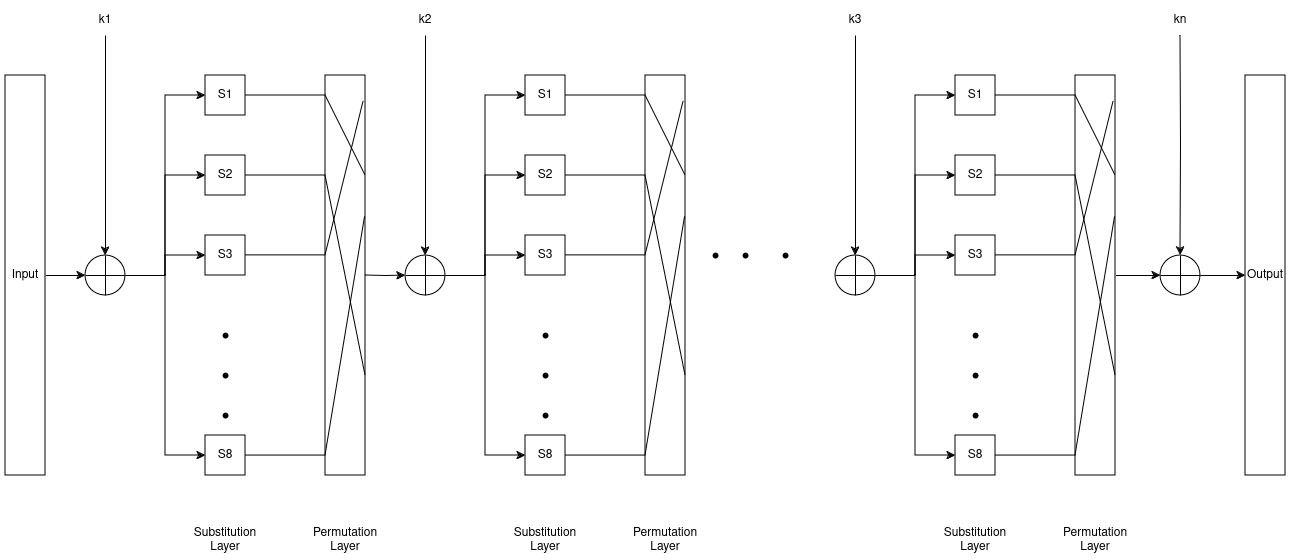
This is docs/assets/AES.drawio.png from da0p/GithubPage, a draw.io export, as it was before one commit. Source tidied: cells renumbered, new cells last; positions are measured from the earlier drawing's top-left corner, leaving out a move shared by most shapes.
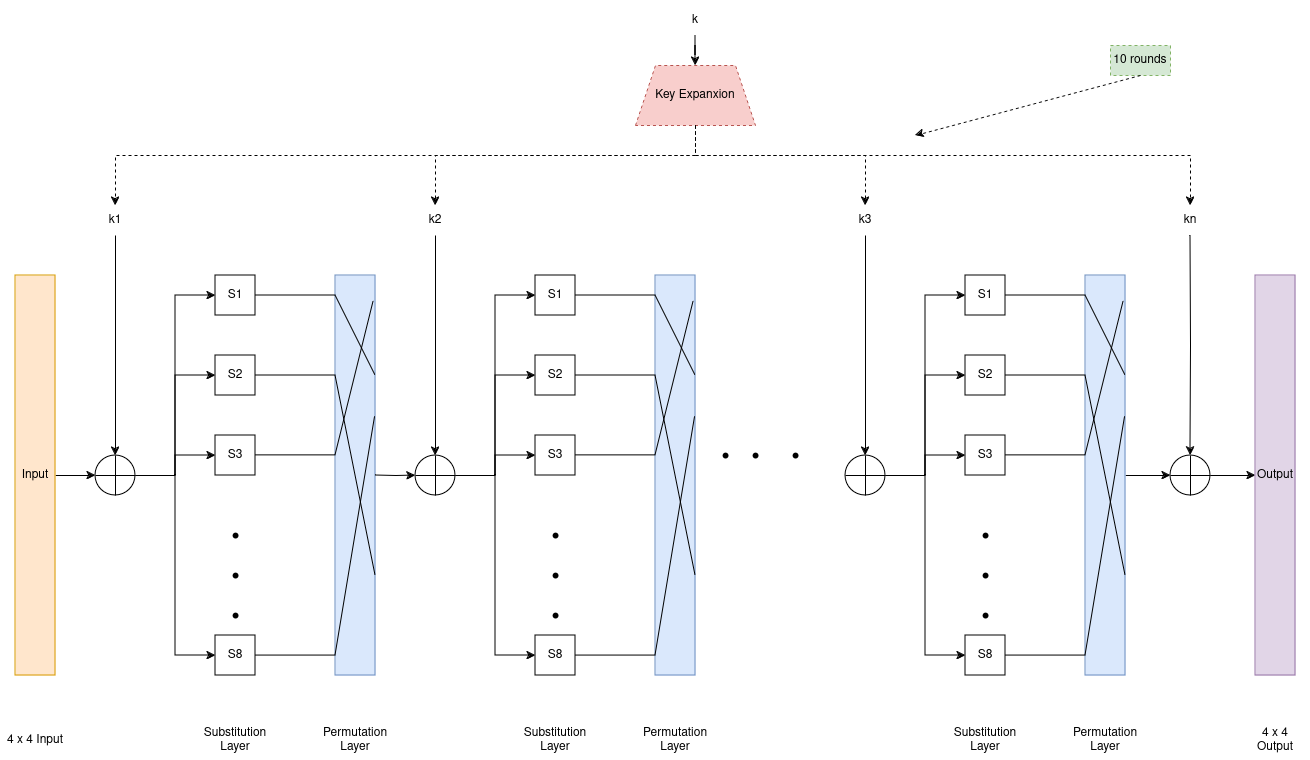
After the change.

What changed in the source:
```diff
@@ -5,7 +5,7 @@
     <mxCell id="2" style="edgeStyle=orthogonalEdgeStyle;rounded=0;jettySize=auto;html=1;exitX=1;exitY=0.5;exitDx=0;exitDy=0;entryX=0;entryY=0.5;entryDx=0;entryDy=0;" parent="1" edge="1" source="3" target="4">
       <mxGeometry relative="1" as="geometry" />
     </mxCell>
-    <mxCell id="3" value="Input" style="rounded=0;whiteSpace=wrap;html=1;" parent="1" vertex="1">
+    <mxCell id="3" value="Input" style="rounded=0;whiteSpace=wrap;html=1;fillColor=#ffe6cc;strokeColor=#d79b00;" parent="1" vertex="1">
       <mxGeometry y="70" width="40" height="400" as="geometry" />
     </mxCell>
     <mxCell id="4" style="shape=orEllipse;perimeter=ellipsePerimeter;whiteSpace=wrap;html=1;backgroundOutline=1;" parent="1" vertex="1">
@@ -75,7 +75,7 @@
         </Array>
       </mxGeometry>
     </mxCell>
-    <mxCell id="19" style="rounded=0;whiteSpace=wrap;html=1;" parent="1" vertex="1">
+    <mxCell id="19" style="rounded=0;whiteSpace=wrap;html=1;fillColor=#dae8fc;strokeColor=#6c8ebf;" parent="1" vertex="1">
       <mxGeometry x="320" y="70" width="40" height="400" as="geometry" />
     </mxCell>
     <mxCell id="20" style="endArrow=none;html=1;rounded=0;exitX=1;exitY=0.5;exitDx=0;exitDy=0;entryX=1;entryY=0.25;entryDx=0;entryDy=0;" parent="1" edge="1" source="7" target="19">
@@ -184,7 +184,7 @@
         </Array>
       </mxGeometry>
     </mxCell>
-    <mxCell id="42" style="rounded=0;whiteSpace=wrap;html=1;" parent="1" vertex="1">
+    <mxCell id="42" style="rounded=0;whiteSpace=wrap;html=1;fillColor=#dae8fc;strokeColor=#6c8ebf;" parent="1" vertex="1">
       <mxGeometry x="640" y="70" width="40" height="400" as="geometry" />
     </mxCell>
     <mxCell id="43" style="endArrow=none;html=1;rounded=0;exitX=1;exitY=0.5;exitDx=0;exitDy=0;entryX=1;entryY=0.25;entryDx=0;entryDy=0;" parent="1" edge="1" source="30" target="42">
@@ -300,7 +300,7 @@
     <mxCell id="67" style="edgeStyle=orthogonalEdgeStyle;rounded=0;jettySize=auto;html=1;exitX=1;exitY=0.5;exitDx=0;exitDy=0;entryX=0;entryY=0.5;entryDx=0;entryDy=0;" parent="1" edge="1" source="68" target="76">
       <mxGeometry relative="1" as="geometry" />
     </mxCell>
-    <mxCell id="68" style="rounded=0;whiteSpace=wrap;html=1;" parent="1" vertex="1">
+    <mxCell id="68" style="rounded=0;whiteSpace=wrap;html=1;fillColor=#dae8fc;strokeColor=#6c8ebf;" parent="1" vertex="1">
       <mxGeometry x="1070" y="70" width="40" height="400" as="geometry" />
     </mxCell>
     <mxCell id="69" style="endArrow=none;html=1;rounded=0;exitX=1;exitY=0.5;exitDx=0;exitDy=0;entryX=1;entryY=0.25;entryDx=0;entryDy=0;" parent="1" edge="1" source="55" target="68">
@@ -351,8 +351,63 @@
     <mxCell id="78" value="kn" style="text;html=1;align=center;verticalAlign=middle;whiteSpace=wrap;rounded=0;" parent="1" vertex="1">
       <mxGeometry x="1145" width="60" height="30" as="geometry" />
     </mxCell>
-    <mxCell id="79" value="Output" style="rounded=0;whiteSpace=wrap;html=1;" parent="1" vertex="1">
+    <mxCell id="79" value="Output" style="rounded=0;whiteSpace=wrap;html=1;fillColor=#e1d5e7;strokeColor=#9673a6;" parent="1" vertex="1">
       <mxGeometry x="1240" y="70" width="40" height="400" as="geometry" />
     </mxCell>
+    <mxCell id="80" value="Key Expanxion" style="shape=trapezoid;perimeter=trapezoidPerimeter;whiteSpace=wrap;html=1;fixedSize=1;fillColor=#f8cecc;strokeColor=#b85450;dashed=1;" parent="1" vertex="1">
+      <mxGeometry x="620" y="-140" width="120" height="60" as="geometry" />
+    </mxCell>
+    <mxCell id="81" style="edgeStyle=orthogonalEdgeStyle;rounded=0;jettySize=auto;html=1;" parent="1" edge="1" source="82" target="80">
+      <mxGeometry relative="1" as="geometry" />
+    </mxCell>
+    <mxCell id="82" value="k" style="text;html=1;align=center;verticalAlign=middle;whiteSpace=wrap;rounded=0;" parent="1" vertex="1">
+      <mxGeometry x="650" y="-200" width="60" height="30" as="geometry" />
+    </mxCell>
+    <mxCell id="83" style="endArrow=classic;html=1;rounded=0;exitX=0.5;exitY=1;exitDx=0;exitDy=0;entryX=0.5;entryY=0;entryDx=0;entryDy=0;dashed=1;" parent="1" edge="1" source="80" target="6">
+      <mxGeometry relative="1" as="geometry">
+        <Array as="points">
+          <mxPoint x="680" y="-50" />
+          <mxPoint x="100" y="-50" />
+        </Array>
+      </mxGeometry>
+    </mxCell>
+    <mxCell id="84" style="endArrow=classic;html=1;rounded=0;exitX=0.5;exitY=1;exitDx=0;exitDy=0;entryX=0.5;entryY=0;entryDx=0;entryDy=0;dashed=1;" parent="1" edge="1" source="80" target="29">
+      <mxGeometry relative="1" as="geometry">
+        <Array as="points">
+          <mxPoint x="680" y="-50" />
+          <mxPoint x="420" y="-50" />
+        </Array>
+      </mxGeometry>
+    </mxCell>
+    <mxCell id="85" style="endArrow=classic;html=1;rounded=0;exitX=0.5;exitY=1;exitDx=0;exitDy=0;entryX=0.5;entryY=0;entryDx=0;entryDy=0;dashed=1;" parent="1" edge="1" source="80" target="54">
+      <mxGeometry relative="1" as="geometry">
+        <Array as="points">
+          <mxPoint x="680" y="-50" />
+          <mxPoint x="850" y="-50" />
+        </Array>
+      </mxGeometry>
+    </mxCell>
+    <mxCell id="86" style="endArrow=classic;html=1;rounded=0;exitX=0.5;exitY=1;exitDx=0;exitDy=0;entryX=0.5;entryY=0;entryDx=0;entryDy=0;dashed=1;" parent="1" edge="1" source="80" target="78">
+      <mxGeometry relative="1" as="geometry">
+        <Array as="points">
+          <mxPoint x="680" y="-50" />
+          <mxPoint x="1175" y="-50" />
+        </Array>
+      </mxGeometry>
+    </mxCell>
+    <mxCell id="87" value="4 x 4 Input" style="text;html=1;align=center;verticalAlign=middle;whiteSpace=wrap;rounded=0;" parent="1" vertex="1">
+      <mxGeometry x="-10" y="520" width="60" height="30" as="geometry" />
+    </mxCell>
+    <mxCell id="88" value="4 x 4 Output" style="text;html=1;align=center;verticalAlign=middle;whiteSpace=wrap;rounded=0;" parent="1" vertex="1">
+      <mxGeometry x="1230" y="520" width="60" height="30" as="geometry" />
+    </mxCell>
+    <mxCell id="89" value="10 rounds" style="text;html=1;align=center;verticalAlign=middle;whiteSpace=wrap;rounded=0;fillColor=#d5e8d4;strokeColor=#82b366;dashed=1;" parent="1" vertex="1">
+      <mxGeometry x="1095" y="-160" width="60" height="30" as="geometry" />
+    </mxCell>
+    <mxCell id="90" style="endArrow=classic;html=1;rounded=0;exitX=0.5;exitY=1;exitDx=0;exitDy=0;dashed=1;" parent="1" edge="1" source="89">
+      <mxGeometry relative="1" as="geometry">
+        <mxPoint x="900" y="-70" as="targetPoint" />
+      </mxGeometry>
+    </mxCell>
   </root>
 </mxGraphModel>
```
